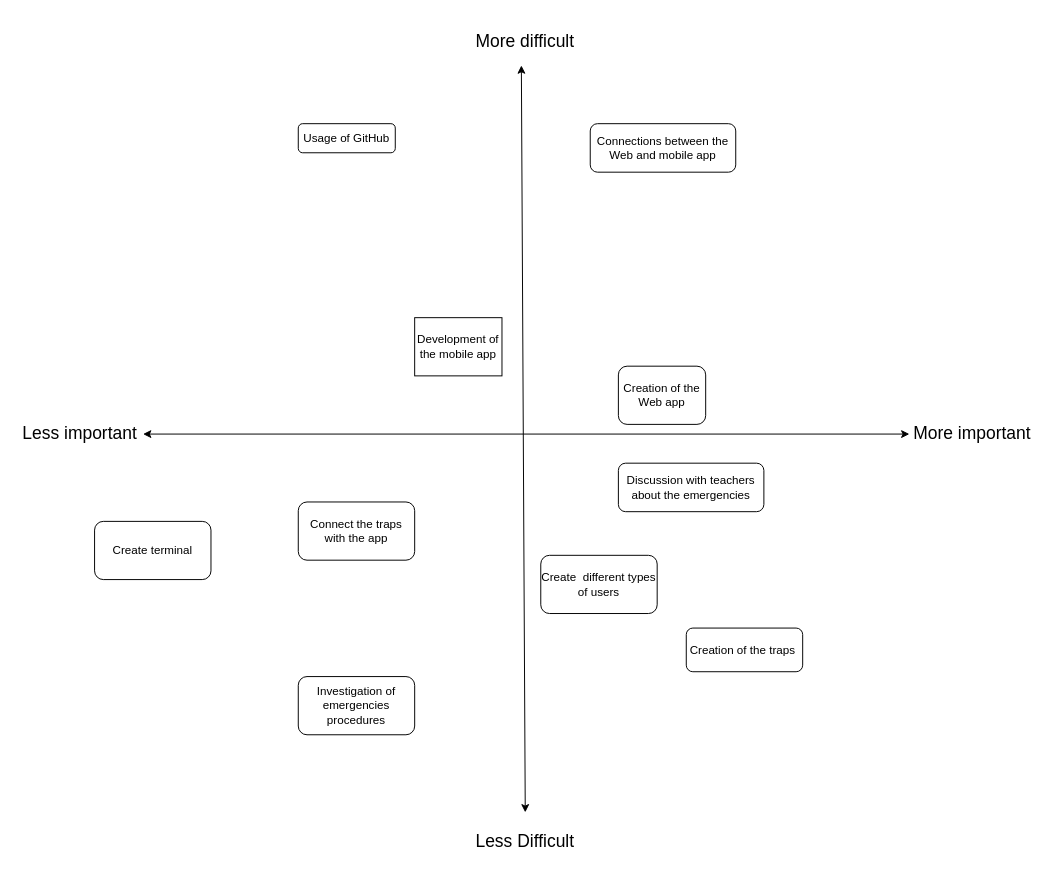
The draw.io diagram Untitled Diagram.drawio in EmergenBis/emergenbis, before the edit. Source tidied: cells renumbered, new cells numbered last; positions are measured from the earlier drawing's top-left corner, leaving out a move shared by most shapes. Both pictures are drawn from the tidied source at 97%, with x=0, y=0 at pixel (16, 16).
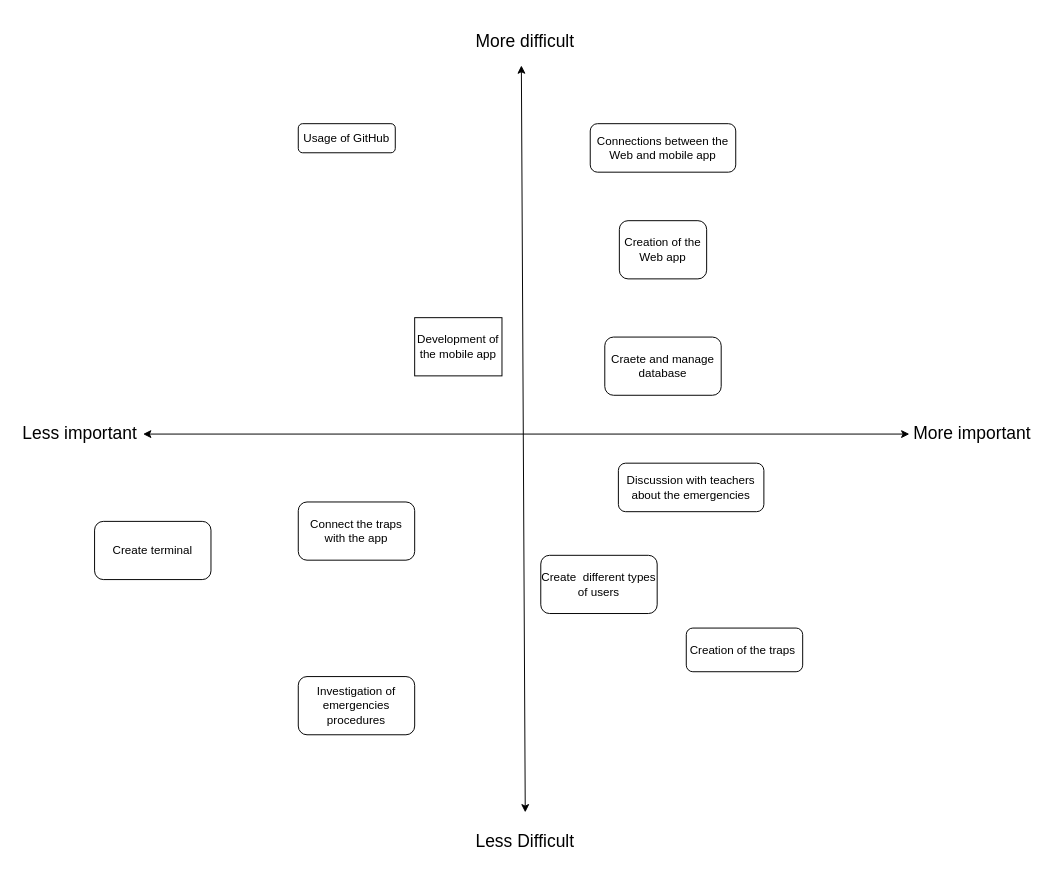
The same page after the edit.

The edit, as a diff of the source:
```diff
@@
     <mxCell id="10" value="Creation of the Web app" style="rounded=1;whiteSpace=wrap;html=1;" parent="1" vertex="1">
-      <mxGeometry x="620" y="360" width="90" height="60" as="geometry" />
+      <mxGeometry x="621" y="210" width="90" height="60" as="geometry" />
     </mxCell>
@@
+    <mxCell id="18" value="Craete and manage database" style="rounded=1;whiteSpace=wrap;html=1;" parent="1" vertex="1">
+      <mxGeometry x="606" y="330" width="120" height="60" as="geometry" />
+    </mxCell>
```
